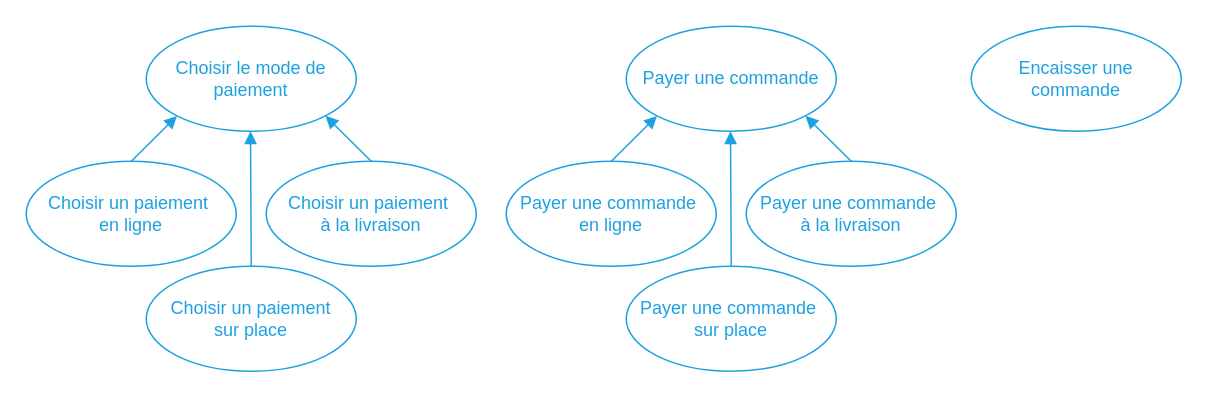
This is img/figure_implicit-actions-payment.dio from centvingt/OCPizzaRedaction, a draw.io file, before an edit. Source tidied: cells renumbered, new cells numbered last; positions are measured from the earlier drawing's top-left corner, leaving out a move shared by most shapes. Both pictures are drawn from the tidied source at 150%, with x=0, y=0 at pixel (26, 26).
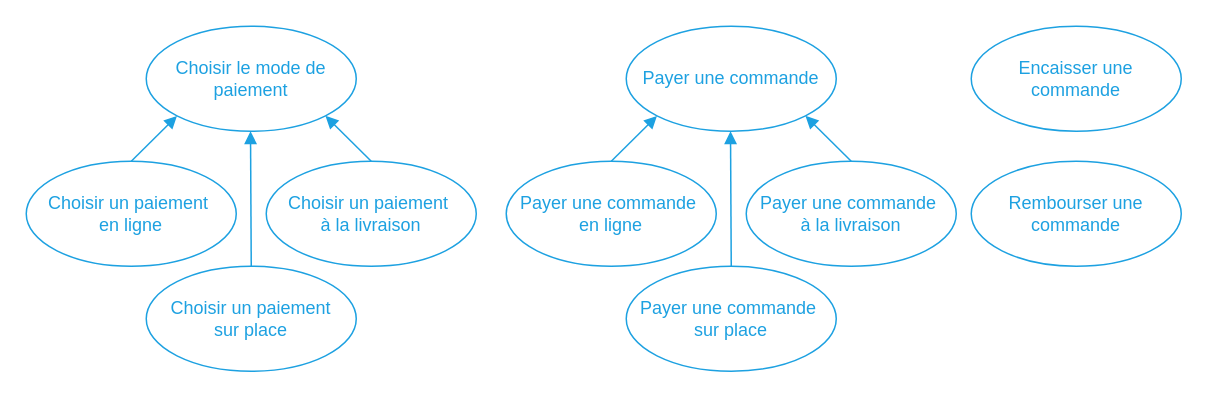
The same page after the edit.

Commit message (it also covers changes not shown here):
Ajout de l’action Rembourser une commande

What changed in the source:
```diff
@@
+    <mxCell id="20" value="&lt;font color=&quot;#1da1e1&quot;&gt;Rembourser une commande&lt;/font&gt;" style="ellipse;whiteSpace=wrap;html=1;fillColor=none;strokeColor=#1DA1E1;" parent="1" vertex="1">
+      <mxGeometry x="630" y="90" width="140" height="70" as="geometry" />
+    </mxCell>
```
